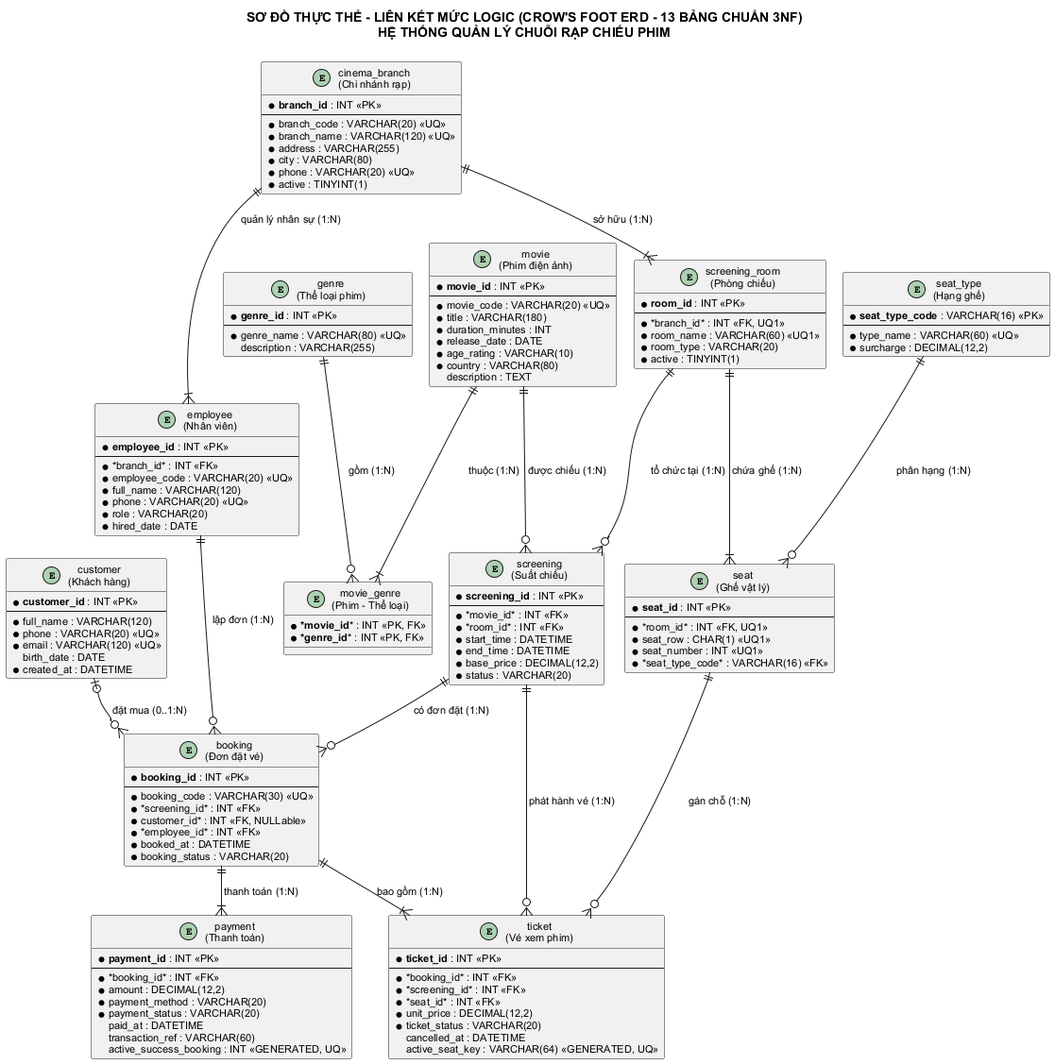
Earlier version of the PlantUML export docs/erd/erd-logical.png (lnb2x/quan-ly-chuoi-rap-phim).
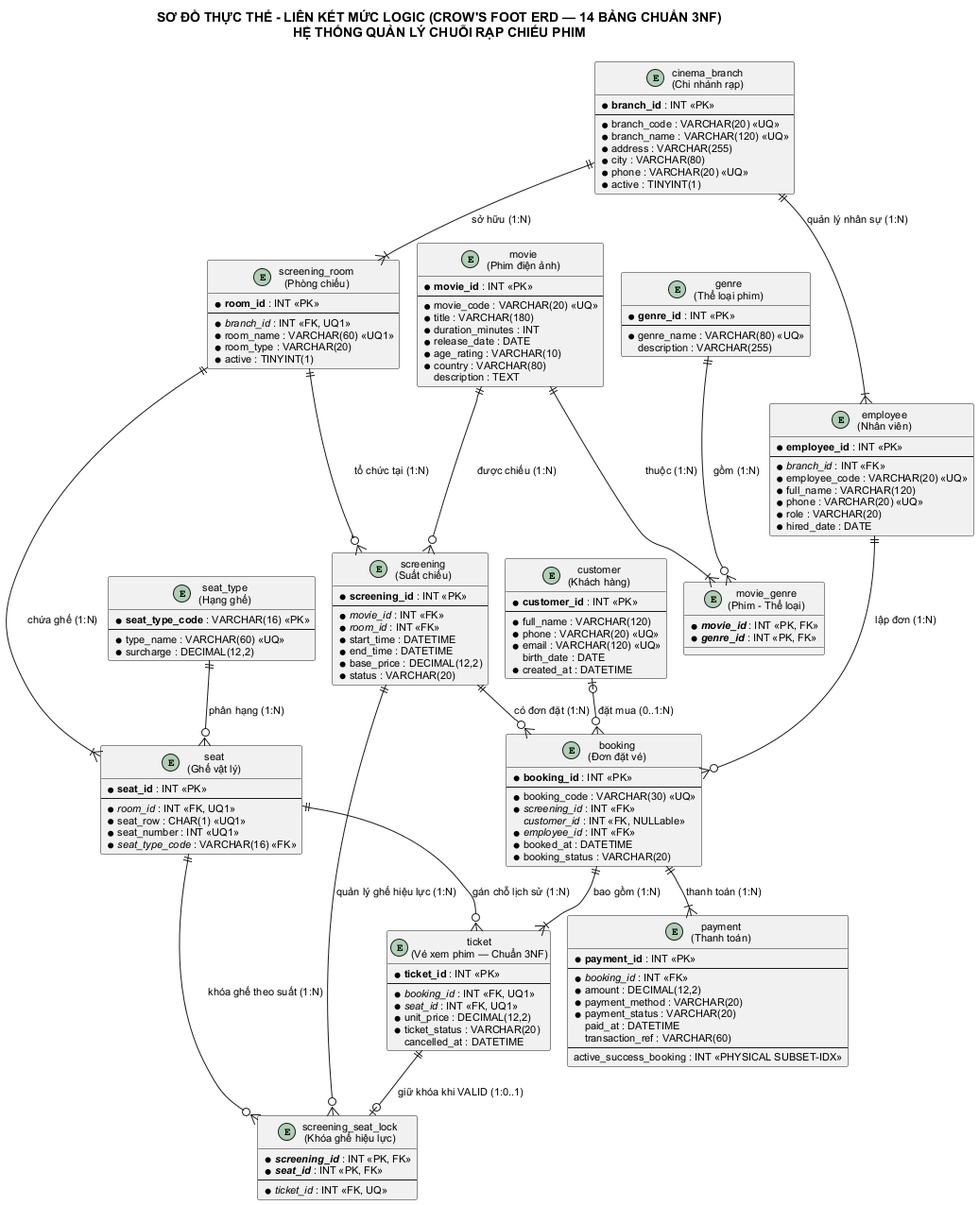
Later version of the same file.

Diff of the diagram source:
```diff
@@ -5,9 +5,8 @@
 skinparam defaultFontSize 11
 skinparam shadowing false
 skinparam roundCorner 4
-skinparam linetype ortho
 
-title SƠ ĐỒ THỰC THỂ - LIÊN KẾT MỨC LOGIC (CROW'S FOOT ERD - 13 BẢNG CHUẨN 3NF)\nHỆ THỐNG QUẢN LÝ CHUỖI RẠP CHIẾU PHIM
+title SƠ ĐỒ THỰC THỂ - LIÊN KẾT MỨC LOGIC (CROW'S FOOT ERD — 14 BẢNG CHUẨN 3NF)\nHỆ THỐNG QUẢN LÝ CHUỖI RẠP CHIẾU PHIM
 
 entity "cinema_branch\n(Chi nhánh rạp)" as cinema_branch {
   * **branch_id** : INT <<PK>>
@@ -23,7 +22,7 @@
 entity "screening_room\n(Phòng chiếu)" as screening_room {
   * **room_id** : INT <<PK>>
   --
-  * *branch_id* : INT <<FK, UQ1>>
+  * //branch_id// : INT <<FK, UQ1>>
   * room_name : VARCHAR(60) <<UQ1>>
   * room_type : VARCHAR(20)
   * active : TINYINT(1)
@@ -39,10 +38,10 @@
 entity "seat\n(Ghế vật lý)" as seat {
   * **seat_id** : INT <<PK>>
   --
-  * *room_id* : INT <<FK, UQ1>>
+  * //room_id// : INT <<FK, UQ1>>
   * seat_row : CHAR(1) <<UQ1>>
   * seat_number : INT <<UQ1>>
-  * *seat_type_code* : VARCHAR(16) <<FK>>
+  * //seat_type_code// : VARCHAR(16) <<FK>>
 }
 
 entity "movie\n(Phim điện ảnh)" as movie {
@@ -65,15 +64,15 @@
 }
 
 entity "movie_genre\n(Phim - Thể loại)" as movie_genre {
-  * ***movie_id*** : INT <<PK, FK>>
-  * ***genre_id*** : INT <<PK, FK>>
+  * **//movie_id//** : INT <<PK, FK>>
+  * **//genre_id//** : INT <<PK, FK>>
 }
 
 entity "screening\n(Suất chiếu)" as screening {
   * **screening_id** : INT <<PK>>
   --
-  * *movie_id* : INT <<FK>>
-  * *room_id* : INT <<FK>>
+  * //movie_id// : INT <<FK>>
+  * //room_id// : INT <<FK>>
   * start_time : DATETIME
   * end_time : DATETIME
   * base_price : DECIMAL(12,2)
@@ -93,7 +92,7 @@
 entity "employee\n(Nhân viên)" as employee {
   * **employee_id** : INT <<PK>>
   --
-  * *branch_id* : INT <<FK>>
+  * //branch_id// : INT <<FK>>
   * employee_code : VARCHAR(20) <<UQ>>
   * full_name : VARCHAR(120)
   * phone : VARCHAR(20) <<UQ>>
@@ -105,35 +104,41 @@
   * **booking_id** : INT <<PK>>
   --
   * booking_code : VARCHAR(30) <<UQ>>
-  * *screening_id* : INT <<FK>>
-  *customer_id* : INT <<FK, NULLable>>
-  * *employee_id* : INT <<FK>>
+  * //screening_id// : INT <<FK>>
+  //customer_id// : INT <<FK, NULLable>>
+  * //employee_id// : INT <<FK>>
   * booked_at : DATETIME
   * booking_status : VARCHAR(20)
 }
 
-entity "ticket\n(Vé xem phim)" as ticket {
+entity "ticket\n(Vé xem phim — Chuẩn 3NF)" as ticket {
   * **ticket_id** : INT <<PK>>
   --
-  * *booking_id* : INT <<FK>>
-  * *screening_id* : INT <<FK>>
-  * *seat_id* : INT <<FK>>
+  * //booking_id// : INT <<FK, UQ1>>
+  * //seat_id// : INT <<FK, UQ1>>
   * unit_price : DECIMAL(12,2)
   * ticket_status : VARCHAR(20)
   cancelled_at : DATETIME
-  active_seat_key : VARCHAR(64) <<GENERATED, UQ>>
+}
+
+entity "screening_seat_lock\n(Khóa ghế hiệu lực)" as screening_seat_lock {
+  * **//screening_id//** : INT <<PK, FK>>
+  * **//seat_id//** : INT <<PK, FK>>
+  --
+  * //ticket_id// : INT <<FK, UQ>>
 }
 
 entity "payment\n(Thanh toán)" as payment {
   * **payment_id** : INT <<PK>>
   --
-  * *booking_id* : INT <<FK>>
+  * //booking_id// : INT <<FK>>
   * amount : DECIMAL(12,2)
   * payment_method : VARCHAR(20)
   * payment_status : VARCHAR(20)
   paid_at : DATETIME
   transaction_ref : VARCHAR(60)
-  active_success_booking : INT <<GENERATED, UQ>>
+  --
+  active_success_booking : INT <<PHYSICAL SUBSET-IDX>>
 }
 
 cinema_branch ||--|{ screening_room : "sở hữu (1:N)"
@@ -148,8 +153,10 @@
 customer |o--o{ booking : "đặt mua (0..1:N)"
 employee ||--o{ booking : "lập đơn (1:N)"
 booking ||--|{ ticket : "bao gồm (1:N)"
-screening ||--o{ ticket : "phát hành vé (1:N)"
-seat ||--o{ ticket : "gán chỗ (1:N)"
+seat ||--o{ ticket : "gán chỗ lịch sử (1:N)"
+screening ||--o{ screening_seat_lock : "quản lý ghế hiệu lực (1:N)"
+seat ||--o{ screening_seat_lock : "khóa ghế theo suất (1:N)"
+ticket ||--o| screening_seat_lock : "giữ khóa khi VALID (1:0..1)"
 booking ||--|{ payment : "thanh toán (1:N)"
 
 @enduml
```
